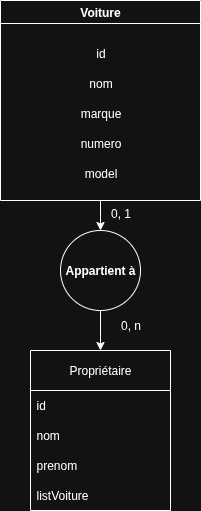
This is src/CarShow/MCD/MCD.drawio.png from ItokianaIZ07/gestion-voiture, a draw.io export, as it was before one commit. Source tidied: cells renumbered, new cells last; positions are measured from the earlier drawing's top-left corner, leaving out a move shared by most shapes. Its diagram source:
```xml
<mxGraphModel>
  <root>
    <mxCell id="0" />
    <mxCell id="1" parent="0" />
    <mxCell id="2" style="edgeStyle=orthogonalEdgeStyle;rounded=0;jettySize=auto;html=1;" parent="1" edge="1" source="3" target="15">
      <mxGeometry relative="1" as="geometry" />
    </mxCell>
    <mxCell id="3" value="Voiture" style="swimlane;whiteSpace=wrap;html=1;" parent="1" vertex="1">
      <mxGeometry width="200" height="200" as="geometry" />
    </mxCell>
    <mxCell id="4" value="id" style="text;html=1;align=center;verticalAlign=middle;strokeColor=none;fillColor=none;" parent="3" vertex="1">
      <mxGeometry x="85" y="38" width="30" height="30" as="geometry" />
    </mxCell>
    <mxCell id="5" value="nom" style="text;html=1;align=center;verticalAlign=middle;strokeColor=none;fillColor=none;" parent="3" vertex="1">
      <mxGeometry x="75" y="68" width="50" height="30" as="geometry" />
    </mxCell>
    <mxCell id="6" value="marque" style="text;html=1;align=center;verticalAlign=middle;strokeColor=none;fillColor=none;" parent="3" vertex="1">
      <mxGeometry x="70" y="98" width="60" height="30" as="geometry" />
    </mxCell>
    <mxCell id="7" value="numero" style="text;html=1;align=center;verticalAlign=middle;strokeColor=none;fillColor=none;" parent="3" vertex="1">
      <mxGeometry x="70" y="128" width="60" height="30" as="geometry" />
    </mxCell>
    <mxCell id="8" value="model" style="text;html=1;align=center;verticalAlign=middle;strokeColor=none;fillColor=none;" parent="3" vertex="1">
      <mxGeometry x="70" y="158" width="60" height="30" as="geometry" />
    </mxCell>
    <mxCell id="9" value="Propriétaire" style="swimlane;fontStyle=0;horizontal=1;startSize=40;whiteSpace=wrap;html=1;direction=east;rounded=0;glass=0;shadow=0;strokeColor=default;" parent="1" vertex="1">
      <mxGeometry x="30" y="350" width="140" height="160" as="geometry" />
    </mxCell>
    <mxCell id="10" value="id" style="text;strokeColor=none;fillColor=none;align=left;verticalAlign=middle;spacingLeft=4;spacingRight=4;overflow=hidden;whiteSpace=wrap;html=1;" parent="9" vertex="1">
      <mxGeometry y="40" width="140" height="30" as="geometry" />
    </mxCell>
    <mxCell id="11" value="nom" style="text;strokeColor=none;fillColor=none;align=left;verticalAlign=middle;spacingLeft=4;spacingRight=4;overflow=hidden;whiteSpace=wrap;html=1;" parent="9" vertex="1">
      <mxGeometry y="70" width="140" height="30" as="geometry" />
    </mxCell>
    <mxCell id="12" value="prenom" style="text;strokeColor=none;fillColor=none;align=left;verticalAlign=middle;spacingLeft=4;spacingRight=4;overflow=hidden;whiteSpace=wrap;html=1;" parent="9" vertex="1">
      <mxGeometry y="100" width="140" height="30" as="geometry" />
    </mxCell>
    <mxCell id="13" value="listVoiture" style="text;strokeColor=none;fillColor=none;align=left;verticalAlign=middle;spacingLeft=4;spacingRight=4;overflow=hidden;whiteSpace=wrap;html=1;" parent="9" vertex="1">
      <mxGeometry y="130" width="140" height="30" as="geometry" />
    </mxCell>
    <mxCell id="14" style="edgeStyle=orthogonalEdgeStyle;rounded=0;jettySize=auto;html=1;entryX=0.5;entryY=0;entryDx=0;entryDy=0;" parent="1" edge="1" source="15" target="9">
      <mxGeometry relative="1" as="geometry" />
    </mxCell>
    <mxCell id="15" value="Appartient à" style="ellipse;whiteSpace=wrap;html=1;fontStyle=1;startSize=23;" parent="1" vertex="1">
      <mxGeometry x="60" y="230" width="80" height="80" as="geometry" />
    </mxCell>
    <mxCell id="16" value="0, 1" style="text;html=1;align=center;verticalAlign=middle;strokeColor=none;fillColor=none;" parent="1" vertex="1">
      <mxGeometry x="100" y="198" width="40" height="30" as="geometry" />
    </mxCell>
    <mxCell id="17" value="0, n" style="text;html=1;align=center;verticalAlign=middle;strokeColor=none;fillColor=none;" parent="1" vertex="1">
      <mxGeometry x="110" y="310" width="40" height="30" as="geometry" />
    </mxCell>
  </root>
</mxGraphModel>
```
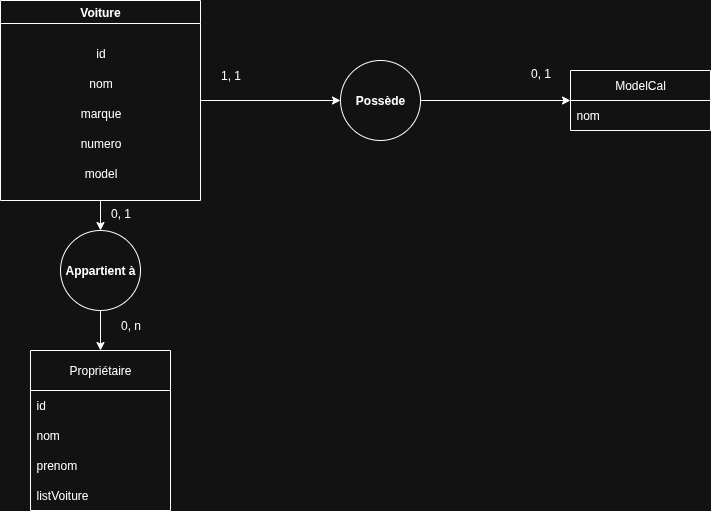
Above is the later version.

The edit, as a diff of the source:
```diff
@@ -5,6 +5,9 @@
     <mxCell id="2" style="edgeStyle=orthogonalEdgeStyle;rounded=0;jettySize=auto;html=1;" parent="1" edge="1" source="3" target="15">
       <mxGeometry relative="1" as="geometry" />
     </mxCell>
+    <mxCell id="18" style="edgeStyle=orthogonalEdgeStyle;rounded=0;jettySize=auto;html=1;" parent="1" edge="1" source="3" target="20">
+      <mxGeometry relative="1" as="geometry" />
+    </mxCell>
     <mxCell id="3" value="Voiture" style="swimlane;whiteSpace=wrap;html=1;" parent="1" vertex="1">
       <mxGeometry width="200" height="200" as="geometry" />
     </mxCell>
@@ -50,5 +53,23 @@
     <mxCell id="17" value="0, n" style="text;html=1;align=center;verticalAlign=middle;strokeColor=none;fillColor=none;" parent="1" vertex="1">
       <mxGeometry x="110" y="310" width="40" height="30" as="geometry" />
     </mxCell>
+    <mxCell id="19" style="edgeStyle=orthogonalEdgeStyle;rounded=0;jettySize=auto;html=1;" parent="1" edge="1" source="20" target="21">
+      <mxGeometry relative="1" as="geometry" />
+    </mxCell>
+    <mxCell id="20" value="Possède" style="ellipse;whiteSpace=wrap;html=1;fontStyle=1;startSize=23;" parent="1" vertex="1">
+      <mxGeometry x="340" y="60" width="80" height="80" as="geometry" />
+    </mxCell>
+    <mxCell id="21" value="ModelCal" style="swimlane;fontStyle=0;horizontal=1;startSize=30;whiteSpace=wrap;html=1;" parent="1" vertex="1">
+      <mxGeometry x="570" y="70" width="140" height="60" as="geometry" />
+    </mxCell>
+    <mxCell id="22" value="nom" style="text;strokeColor=none;fillColor=none;align=left;verticalAlign=middle;spacingLeft=4;spacingRight=4;overflow=hidden;whiteSpace=wrap;html=1;" parent="21" vertex="1">
+      <mxGeometry y="30" width="140" height="30" as="geometry" />
+    </mxCell>
+    <mxCell id="23" value="1, 1" style="text;html=1;align=center;verticalAlign=middle;strokeColor=none;fillColor=none;" parent="1" vertex="1">
+      <mxGeometry x="210" y="60" width="40" height="30" as="geometry" />
+    </mxCell>
+    <mxCell id="24" value="0, 1" style="text;html=1;align=center;verticalAlign=middle;strokeColor=none;fillColor=none;" parent="1" vertex="1">
+      <mxGeometry x="520" y="58" width="40" height="30" as="geometry" />
+    </mxCell>
   </root>
 </mxGraphModel>
```
